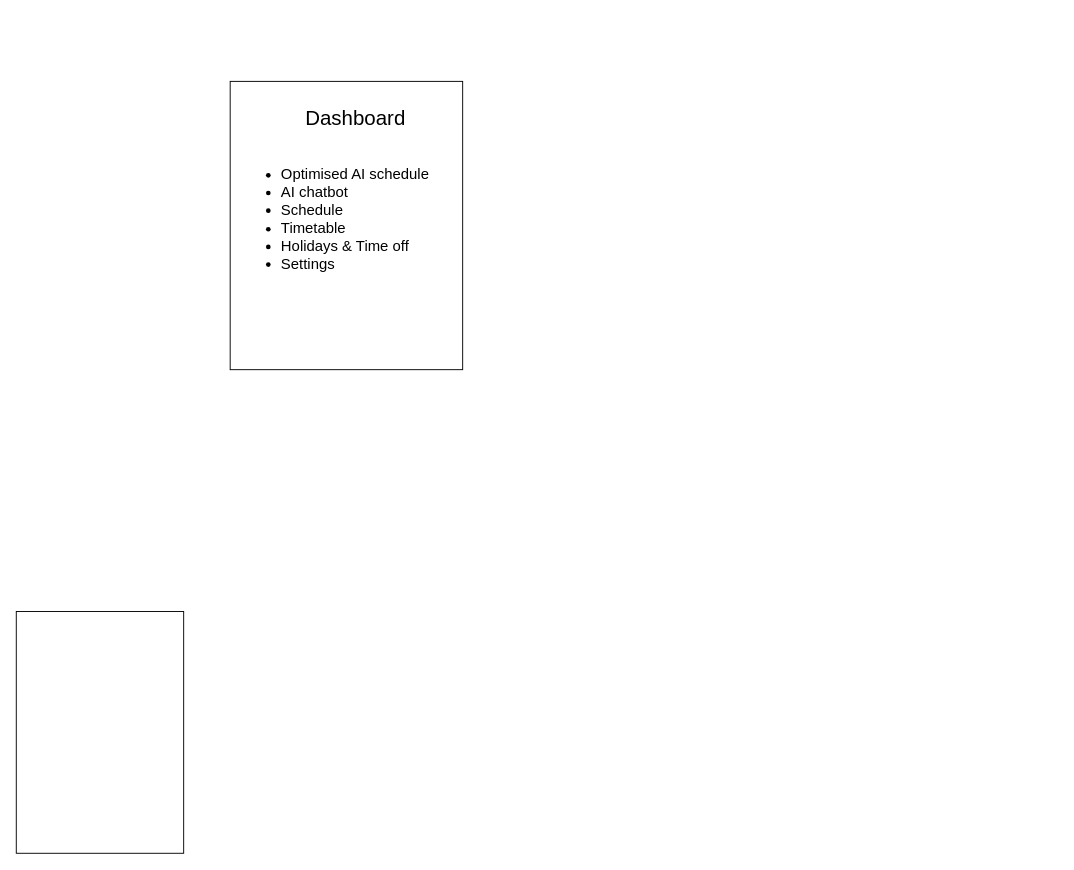
IvanYuri/scheduler keeps this draw.io diagram as scheduleApp.drawio. Above is the earlier version. Source tidied: cells renumbered, new cells numbered last; positions are measured from the earlier drawing's top-left corner, leaving out a move shared by most shapes. Both pictures are drawn from the tidied source at 93%, with x=0, y=0 at pixel (16, 81).
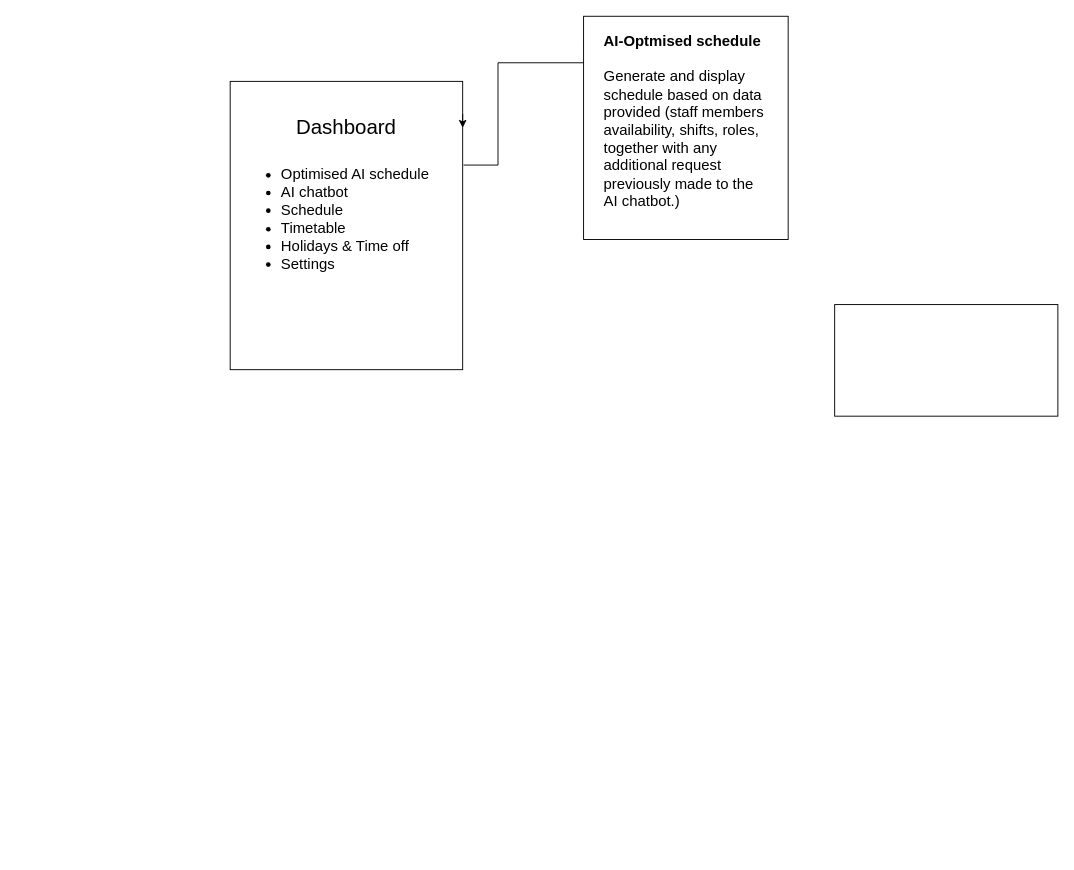
The same page after the edit.

Change to the diagram source:
```diff
@@
 <mxGraphModel>
   <root>
     <mxCell id="0" />
     <mxCell id="1" parent="0" />
     <mxCell id="2" style="rounded=0;whiteSpace=wrap;html=1;" parent="1" vertex="1">
       <mxGeometry x="230" width="250" height="310" as="geometry" />
     </mxCell>
     <mxCell id="3" value="Dashboard" style="text;html=1;align=center;verticalAlign=middle;whiteSpace=wrap;rounded=0;fontSize=22;" parent="1" vertex="1">
-      <mxGeometry x="305" y="10" width="120" height="60" as="geometry" />
+      <mxGeometry x="230" y="20" width="250" height="60" as="geometry" />
     </mxCell>
+    <mxCell id="6" style="edgeStyle=orthogonalEdgeStyle;rounded=0;jettySize=auto;html=1;entryX=-0.005;entryY=0.116;entryDx=0;entryDy=0;entryPerimeter=0;" parent="1" edge="1" target="8">
+      <mxGeometry relative="1" as="geometry">
+        <mxPoint x="481" y="90" as="sourcePoint" />
+        <Array as="points">
+          <mxPoint x="481" y="90" />
+          <mxPoint x="518" y="90" />
+          <mxPoint x="518" y="-20" />
+          <mxPoint x="639" y="-20" />
+        </Array>
+      </mxGeometry>
+    </mxCell>
     <mxCell id="4" value="&lt;ul style=&quot;font-size: 16px;&quot;&gt;&lt;li&gt;Optimised AI schedule&lt;/li&gt;&lt;li&gt;AI chatbot&lt;/li&gt;&lt;li&gt;Schedule&lt;/li&gt;&lt;li&gt;Timetable&lt;/li&gt;&lt;li&gt;Holidays &amp;amp; Time off&lt;/li&gt;&lt;li&gt;&lt;span style=&quot;background-color: initial; font-size: 16px;&quot;&gt;Settings&lt;/span&gt;&lt;/li&gt;&lt;/ul&gt;" style="text;html=1;whiteSpace=wrap;overflow=hidden;rounded=0;spacingTop=0;spacing=0;" parent="1" vertex="1">
       <mxGeometry x="245" y="70" width="220" height="250" as="geometry" />
     </mxCell>
-    <mxCell id="5" style="rounded=0;whiteSpace=wrap;html=1;" parent="1" vertex="1">
-      <mxGeometry y="570" width="180" height="260" as="geometry" />
-    </mxCell>
+    <mxCell id="7" style="edgeStyle=orthogonalEdgeStyle;rounded=0;orthogonalLoop=1;jettySize=auto;html=1;exitX=1;exitY=0.25;exitDx=0;exitDy=0;entryX=1;entryY=0.5;entryDx=0;entryDy=0;" parent="1" edge="1" source="3" target="3">
+      <mxGeometry relative="1" as="geometry" />
+    </mxCell>
+    <mxCell id="8" style="rounded=0;whiteSpace=wrap;html=1;" parent="1" vertex="1">
+      <mxGeometry x="610" y="-70" width="220" height="240" as="geometry" />
+    </mxCell>
+    <mxCell id="9" value="&lt;b&gt;&lt;font style=&quot;font-size: 16px;&quot;&gt;AI-Optmised schedule&lt;/font&gt;&lt;/b&gt;&lt;div&gt;&lt;span style=&quot;background-color: initial; font-size: 16px;&quot;&gt;&lt;br&gt;&lt;/span&gt;&lt;/div&gt;&lt;div&gt;&lt;span style=&quot;background-color: initial; font-size: 16px;&quot;&gt;Generate and display schedule based on data provided (staff members availability, shifts, roles, together with any additional request previously made to the AI chatbot.)&lt;/span&gt;&lt;/div&gt;" style="text;html=1;whiteSpace=wrap;overflow=hidden;rounded=0;" parent="1" vertex="1">
+      <mxGeometry x="630" y="-60" width="180" height="220" as="geometry" />
+    </mxCell>
+    <mxCell id="10" style="rounded=0;whiteSpace=wrap;html=1;" parent="1" vertex="1">
+      <mxGeometry x="880" y="240" width="240" height="120" as="geometry" />
+    </mxCell>
   </root>
 </mxGraphModel>
```
